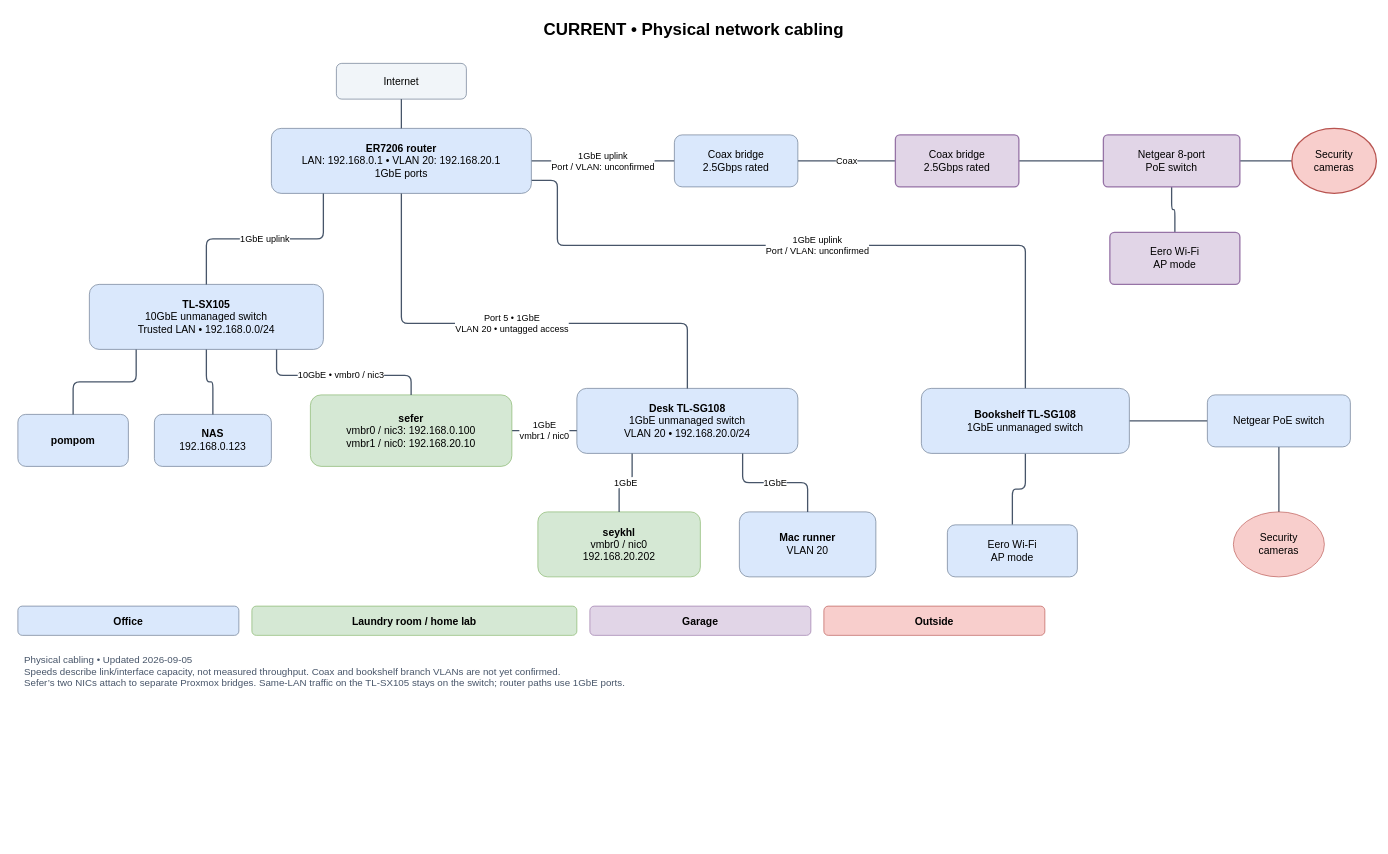
Above: page "Copy of 1 - Current cabling" (2 of 4) of yesod-network.drawio in stephenVertex/proxmox-notes (draw.io), before the change. Source tidied: cells renumbered, new cells numbered last; positions are measured from the earlier drawing's top-left corner, leaving out a move shared by most shapes. Both pictures are drawn from the tidied source at 65%, with x=0, y=0 at pixel (11, 11).
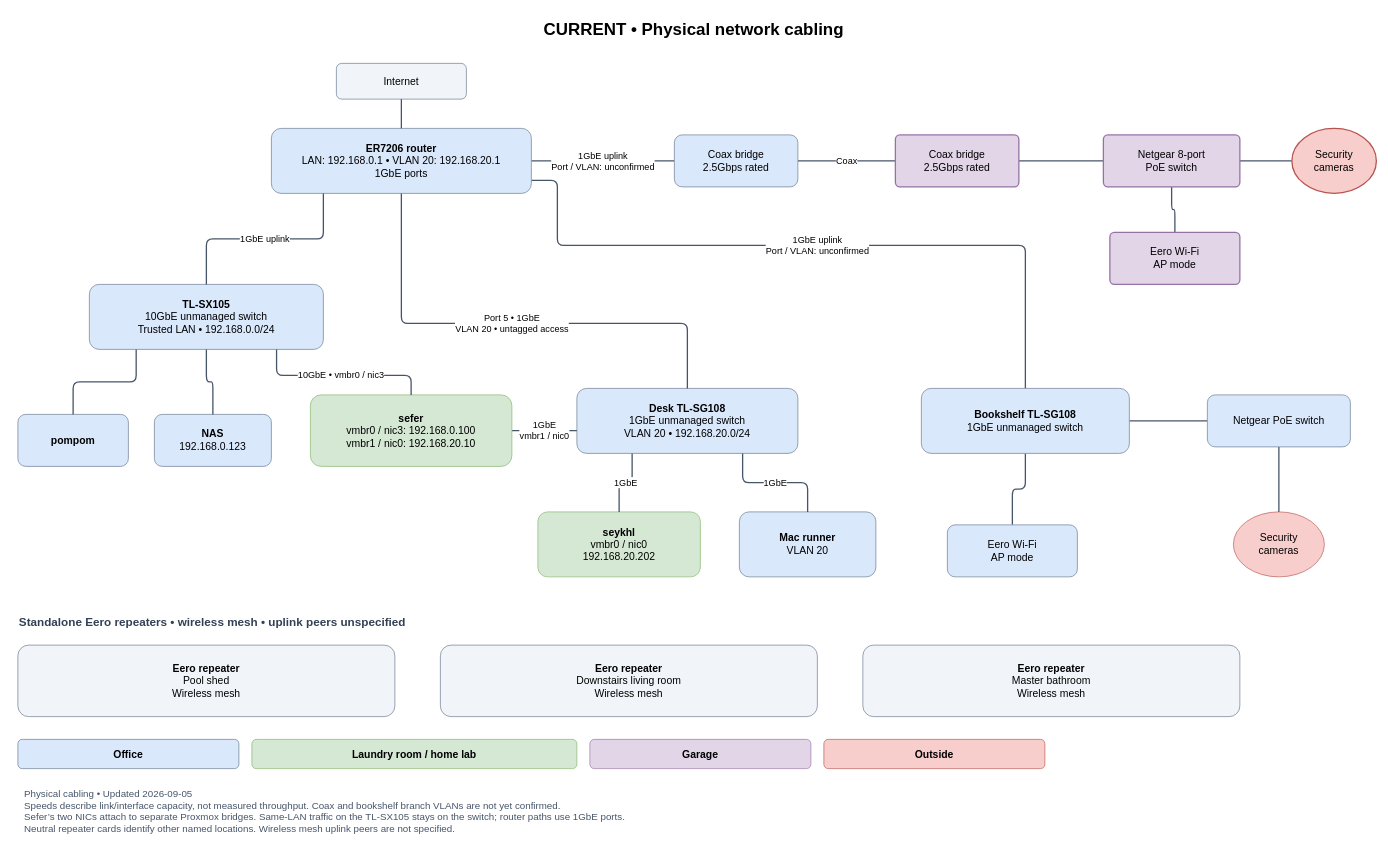
After the change.

Commit message:
docs: add three standalone Eero repeaters

What changed in the source:
```diff
@@
-    <mxCell id="39" value="Physical cabling • Updated 2026-09-05&lt;br&gt;Speeds describe link/interface capacity, not measured throughput. Coax and bookshelf branch VLANs are not yet confirmed.&lt;br&gt;Sefer’s two NICs attach to separate Proxmox bridges. Same-LAN traffic on the TL-SX105 stays on the switch; router paths use 1GbE ports." style="text;html=1;whiteSpace=wrap;align=left;verticalAlign=middle;fontSize=15;fontColor=#475569;spacing=10;" parent="1" vertex="1">
-      <mxGeometry x="10" y="975" width="2070" height="80" as="geometry" />
+    <mxCell id="39" value="Physical cabling • Updated 2026-09-05&lt;br&gt;Speeds describe link/interface capacity, not measured throughput. Coax and bookshelf branch VLANs are not yet confirmed.&lt;br&gt;Sefer’s two NICs attach to separate Proxmox bridges. Same-LAN traffic on the TL-SX105 stays on the switch; router paths use 1GbE ports.&lt;br&gt;Neutral repeater cards identify other named locations. Wireless mesh uplink peers are not specified." style="text;html=1;whiteSpace=wrap;align=left;verticalAlign=middle;fontSize=15;fontColor=#475569;spacing=10;" parent="1" vertex="1">
+      <mxGeometry x="10" y="1180" width="2070" height="100" as="geometry" />
     </mxCell>
     <mxCell id="40" value="Office" style="rounded=1;whiteSpace=wrap;html=1;fontSize=16;fontStyle=1;fillColor=#dae8fc;strokeColor=#64748b;" parent="1" vertex="1">
-      <mxGeometry x="10" y="915" width="340" height="45" as="geometry" />
+      <mxGeometry x="10" y="1120" width="340" height="45" as="geometry" />
     </mxCell>
     <mxCell id="41" value="Laundry room / home lab" style="rounded=1;whiteSpace=wrap;html=1;fontSize=16;fontStyle=1;fillColor=#d5e8d4;strokeColor=#82b366;" parent="1" vertex="1">
-      <mxGeometry x="370" y="915" width="500" height="45" as="geometry" />
+      <mxGeometry x="370" y="1120" width="500" height="45" as="geometry" />
     </mxCell>
     <mxCell id="42" value="Garage" style="rounded=1;whiteSpace=wrap;html=1;fontSize=16;fontStyle=1;fillColor=#e1d5e7;strokeColor=#9673a6;" parent="1" vertex="1">
-      <mxGeometry x="890" y="915" width="340" height="45" as="geometry" />
+      <mxGeometry x="890" y="1120" width="340" height="45" as="geometry" />
     </mxCell>
     <mxCell id="43" value="Outside" style="rounded=1;whiteSpace=wrap;html=1;fontSize=16;fontStyle=1;fillColor=#f8cecc;strokeColor=#b85450;" parent="1" vertex="1">
-      <mxGeometry x="1250" y="915" width="340" height="45" as="geometry" />
+      <mxGeometry x="1250" y="1120" width="340" height="45" as="geometry" />
     </mxCell>
+    <mxCell id="44" value="Standalone Eero repeaters • wireless mesh • uplink peers unspecified" style="text;html=1;align=left;verticalAlign=middle;fontSize=18;fontStyle=1;fontColor=#334155;" parent="1" vertex="1">
+      <mxGeometry x="10" y="920" width="1800" height="40" as="geometry" />
+    </mxCell>
+    <mxCell id="45" value="&lt;b&gt;Eero repeater&lt;/b&gt;&lt;br&gt;Pool shed&lt;br&gt;Wireless mesh" style="rounded=1;whiteSpace=wrap;html=1;fillColor=#f1f5f9;strokeColor=#64748b;fontSize=16;spacing=10;" parent="1" vertex="1">
+      <mxGeometry x="10" y="975" width="580" height="110" as="geometry" />
+    </mxCell>
+    <mxCell id="46" value="&lt;b&gt;Eero repeater&lt;/b&gt;&lt;br&gt;Downstairs living room&lt;br&gt;Wireless mesh" style="rounded=1;whiteSpace=wrap;html=1;fillColor=#f1f5f9;strokeColor=#64748b;fontSize=16;spacing=10;" parent="1" vertex="1">
+      <mxGeometry x="660" y="975" width="580" height="110" as="geometry" />
+    </mxCell>
+    <mxCell id="47" value="&lt;b&gt;Eero repeater&lt;/b&gt;&lt;br&gt;Master bathroom&lt;br&gt;Wireless mesh" style="rounded=1;whiteSpace=wrap;html=1;fillColor=#f1f5f9;strokeColor=#64748b;fontSize=16;spacing=10;" parent="1" vertex="1">
+      <mxGeometry x="1310" y="975" width="580" height="110" as="geometry" />
+    </mxCell>
```
